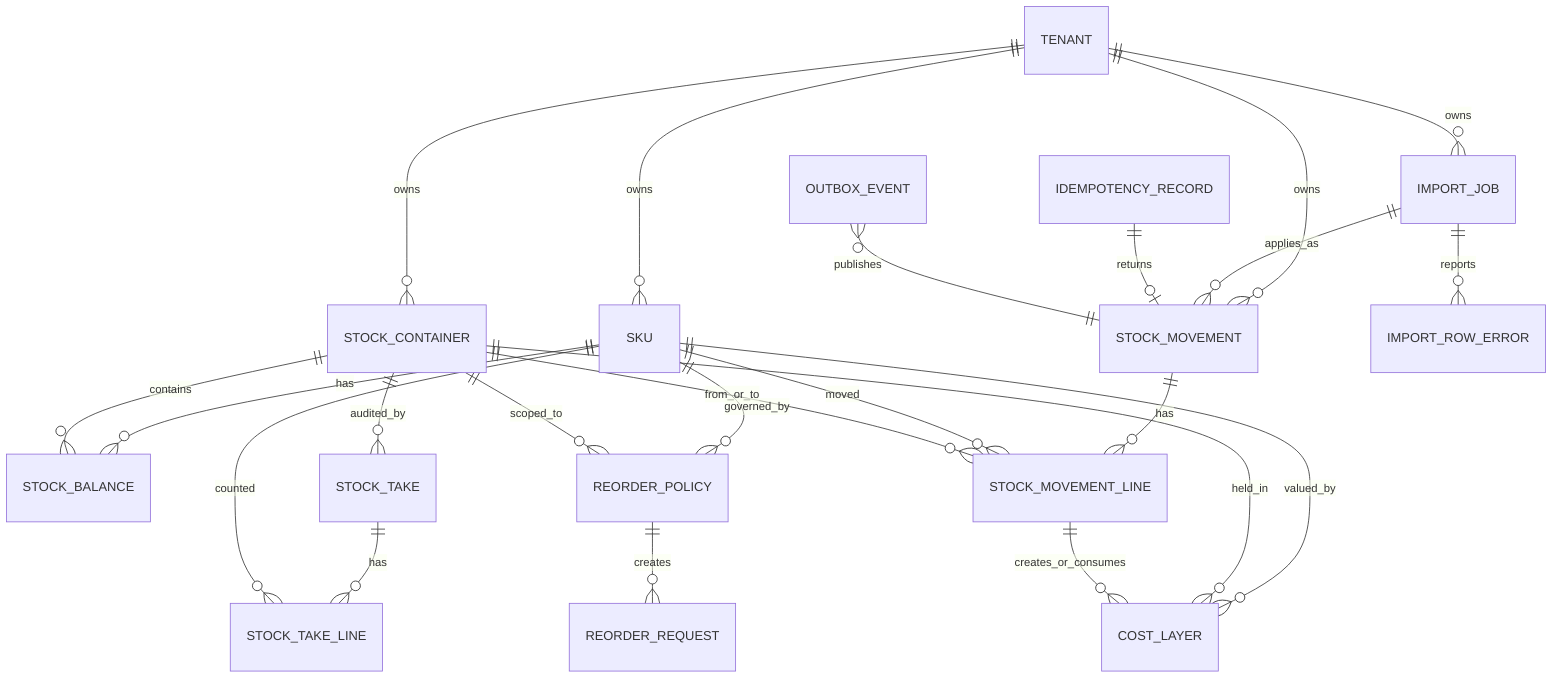
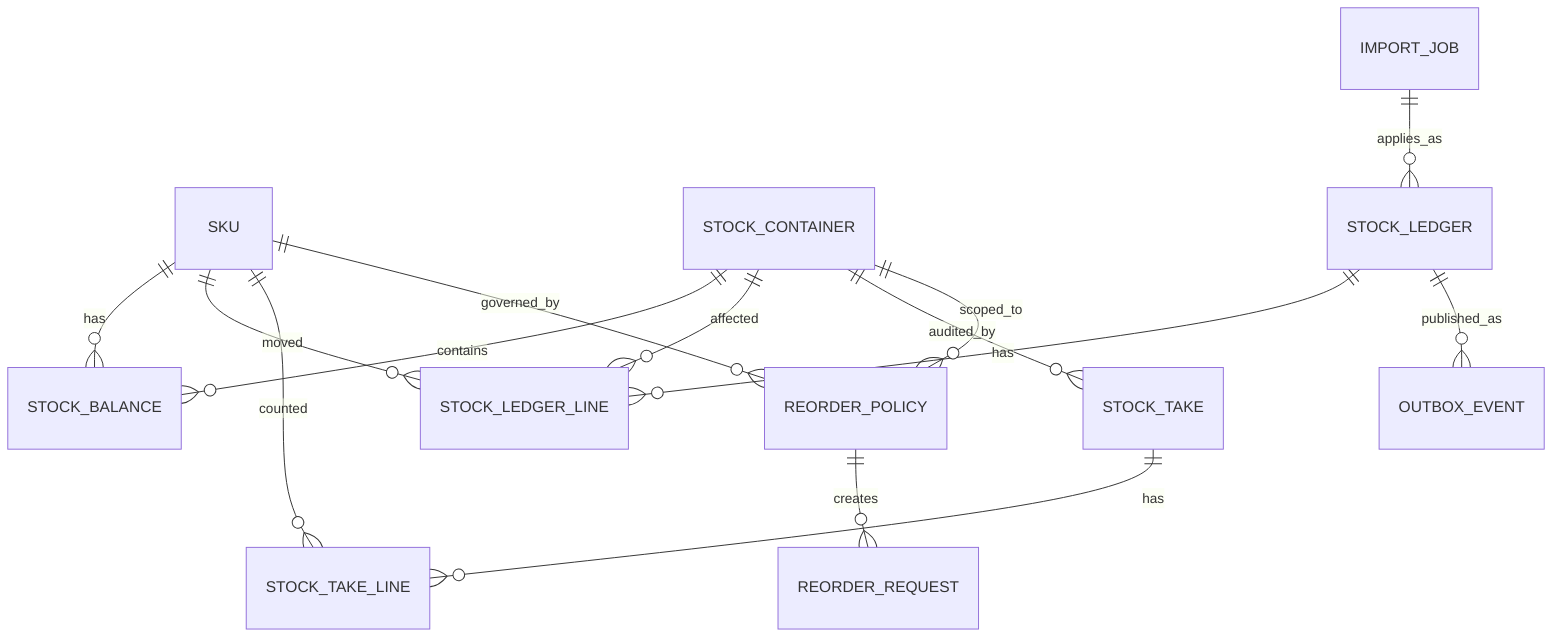
erDiagram
-     TENANT ||--o{ SKU : owns
-     TENANT ||--o{ STOCK_CONTAINER : owns
-     TENANT ||--o{ STOCK_MOVEMENT : owns
-     TENANT ||--o{ IMPORT_JOB : owns
- 
    SKU ||--o{ STOCK_BALANCE : has
    STOCK_CONTAINER ||--o{ STOCK_BALANCE : contains

-     STOCK_MOVEMENT ||--o{ STOCK_MOVEMENT_LINE : has
-     SKU ||--o{ STOCK_MOVEMENT_LINE : moved
-     STOCK_CONTAINER ||--o{ STOCK_MOVEMENT_LINE : from_or_to
+     STOCK_LEDGER ||--o{ STOCK_LEDGER_LINE : has
+     SKU ||--o{ STOCK_LEDGER_LINE : moved
+     STOCK_CONTAINER ||--o{ STOCK_LEDGER_LINE : affected

    STOCK_CONTAINER ||--o{ STOCK_TAKE : audited_by
    STOCK_TAKE ||--o{ STOCK_TAKE_LINE : has
    SKU ||--o{ STOCK_TAKE_LINE : counted

    SKU ||--o{ REORDER_POLICY : governed_by
    STOCK_CONTAINER ||--o{ REORDER_POLICY : scoped_to
    REORDER_POLICY ||--o{ REORDER_REQUEST : creates

-     SKU ||--o{ COST_LAYER : valued_by
-     STOCK_CONTAINER ||--o{ COST_LAYER : held_in
-     STOCK_MOVEMENT_LINE ||--o{ COST_LAYER : creates_or_consumes
- 
-     IMPORT_JOB ||--o{ IMPORT_ROW_ERROR : reports
-     IMPORT_JOB ||--o{ STOCK_MOVEMENT : applies_as
- 
-     IDEMPOTENCY_RECORD ||--o| STOCK_MOVEMENT : returns
-     OUTBOX_EVENT }o--|| STOCK_MOVEMENT : publishes
+     IMPORT_JOB ||--o{ STOCK_LEDGER : applies_as
+     STOCK_LEDGER ||--o{ OUTBOX_EVENT : published_as
